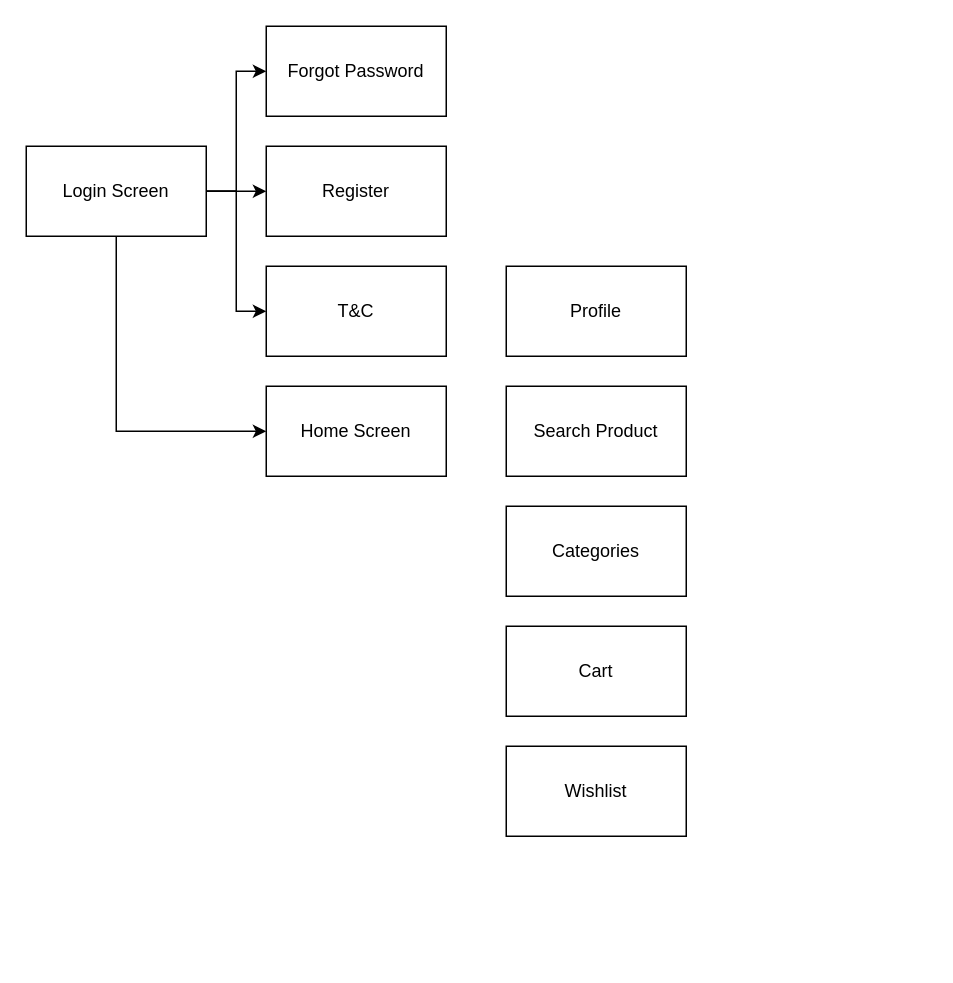
This is Untitled Diagram.drawio from NicholasWjy24/SilverStar, a draw.io file, before an edit. Source tidied: cells renumbered, new cells numbered last; positions are measured from the earlier drawing's top-left corner, leaving out a move shared by most shapes. Both pictures are drawn from the tidied source at 150%, with x=0, y=0 at pixel (26, 26).
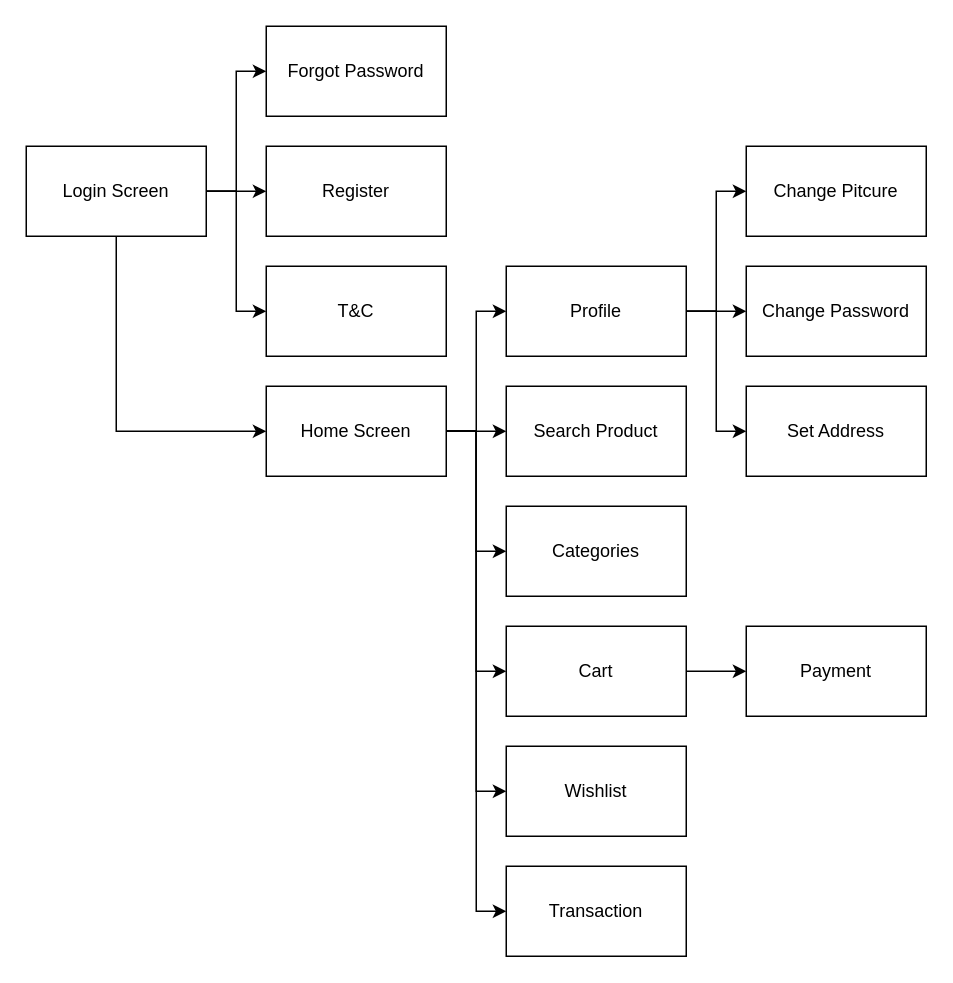
After the change.

Unchanged cells that the change refers to:
```xml
<mxCell id="10" value="Home Screen" style="rounded=0;whiteSpace=wrap;html=1;" parent="1" vertex="1">
  <mxGeometry x="160" y="240" width="120" height="60" as="geometry" />
</mxCell>
<mxCell id="11" value="Search Product" style="rounded=0;whiteSpace=wrap;html=1;" parent="1" vertex="1">
  <mxGeometry x="320" y="240" width="120" height="60" as="geometry" />
</mxCell>
<mxCell id="12" value="Profile" style="rounded=0;whiteSpace=wrap;html=1;" parent="1" vertex="1">
  <mxGeometry x="320" y="160" width="120" height="60" as="geometry" />
</mxCell>
<mxCell id="13" value="Categories" style="rounded=0;whiteSpace=wrap;html=1;" parent="1" vertex="1">
  <mxGeometry x="320" y="320" width="120" height="60" as="geometry" />
</mxCell>
<mxCell id="14" value="Cart" style="rounded=0;whiteSpace=wrap;html=1;" parent="1" vertex="1">
  <mxGeometry x="320" y="400" width="120" height="60" as="geometry" />
</mxCell>
<mxCell id="15" value="Wishlist" style="rounded=0;whiteSpace=wrap;html=1;" parent="1" vertex="1">
  <mxGeometry x="320" y="480" width="120" height="60" as="geometry" />
</mxCell>
```

The edit, as a diff of the source:
```diff
@@
+    <mxCell id="16" style="edgeStyle=orthogonalEdgeStyle;rounded=0;jettySize=auto;html=1;exitX=1;exitY=0.5;exitDx=0;exitDy=0;entryX=0;entryY=0.5;entryDx=0;entryDy=0;" parent="1" edge="1" source="10" target="12">
+      <mxGeometry relative="1" as="geometry" />
+    </mxCell>
+    <mxCell id="17" style="edgeStyle=orthogonalEdgeStyle;rounded=0;jettySize=auto;html=1;exitX=1;exitY=0.5;exitDx=0;exitDy=0;" parent="1" edge="1" source="10" target="11">
+      <mxGeometry relative="1" as="geometry" />
+    </mxCell>
+    <mxCell id="18" style="edgeStyle=orthogonalEdgeStyle;rounded=0;jettySize=auto;html=1;exitX=1;exitY=0.5;exitDx=0;exitDy=0;entryX=0;entryY=0.5;entryDx=0;entryDy=0;" parent="1" edge="1" source="10" target="13">
+      <mxGeometry relative="1" as="geometry" />
+    </mxCell>
+    <mxCell id="19" style="edgeStyle=orthogonalEdgeStyle;rounded=0;jettySize=auto;html=1;exitX=1;exitY=0.5;exitDx=0;exitDy=0;entryX=0;entryY=0.5;entryDx=0;entryDy=0;" parent="1" edge="1" source="10" target="14">
+      <mxGeometry relative="1" as="geometry" />
+    </mxCell>
+    <mxCell id="20" style="edgeStyle=orthogonalEdgeStyle;rounded=0;jettySize=auto;html=1;exitX=1;exitY=0.5;exitDx=0;exitDy=0;entryX=0;entryY=0.5;entryDx=0;entryDy=0;" parent="1" edge="1" source="10" target="15">
+      <mxGeometry relative="1" as="geometry" />
+    </mxCell>
+    <mxCell id="21" style="edgeStyle=orthogonalEdgeStyle;rounded=0;jettySize=auto;html=1;exitX=1;exitY=0.5;exitDx=0;exitDy=0;entryX=0;entryY=0.5;entryDx=0;entryDy=0;" parent="1" edge="1" source="10" target="30">
+      <mxGeometry relative="1" as="geometry" />
+    </mxCell>
@@
+    <mxCell id="22" style="edgeStyle=orthogonalEdgeStyle;rounded=0;jettySize=auto;html=1;exitX=1;exitY=0.5;exitDx=0;exitDy=0;entryX=0;entryY=0.5;entryDx=0;entryDy=0;" parent="1" edge="1" source="12" target="27">
+      <mxGeometry relative="1" as="geometry" />
+    </mxCell>
+    <mxCell id="23" style="edgeStyle=orthogonalEdgeStyle;rounded=0;jettySize=auto;html=1;exitX=1;exitY=0.5;exitDx=0;exitDy=0;" parent="1" edge="1" source="12" target="26">
+      <mxGeometry relative="1" as="geometry" />
+    </mxCell>
+    <mxCell id="24" style="edgeStyle=orthogonalEdgeStyle;rounded=0;jettySize=auto;html=1;exitX=1;exitY=0.5;exitDx=0;exitDy=0;entryX=0;entryY=0.5;entryDx=0;entryDy=0;" parent="1" edge="1" source="12" target="28">
+      <mxGeometry relative="1" as="geometry" />
+    </mxCell>
@@
+    <mxCell id="25" style="edgeStyle=orthogonalEdgeStyle;rounded=0;jettySize=auto;html=1;" parent="1" edge="1" source="14" target="29">
+      <mxGeometry relative="1" as="geometry" />
+    </mxCell>
@@
+    <mxCell id="26" value="Change Password" style="rounded=0;whiteSpace=wrap;html=1;" parent="1" vertex="1">
+      <mxGeometry x="480" y="160" width="120" height="60" as="geometry" />
+    </mxCell>
+    <mxCell id="27" value="Change Pitcure" style="rounded=0;whiteSpace=wrap;html=1;" parent="1" vertex="1">
+      <mxGeometry x="480" y="80" width="120" height="60" as="geometry" />
+    </mxCell>
+    <mxCell id="28" value="Set Address" style="rounded=0;whiteSpace=wrap;html=1;" parent="1" vertex="1">
+      <mxGeometry x="480" y="240" width="120" height="60" as="geometry" />
+    </mxCell>
+    <mxCell id="29" value="Payment" style="whiteSpace=wrap;html=1;rounded=0;" parent="1" vertex="1">
+      <mxGeometry x="480" y="400" width="120" height="60" as="geometry" />
+    </mxCell>
+    <mxCell id="30" value="Transaction" style="rounded=0;whiteSpace=wrap;html=1;" parent="1" vertex="1">
+      <mxGeometry x="320" y="560" width="120" height="60" as="geometry" />
+    </mxCell>
```
